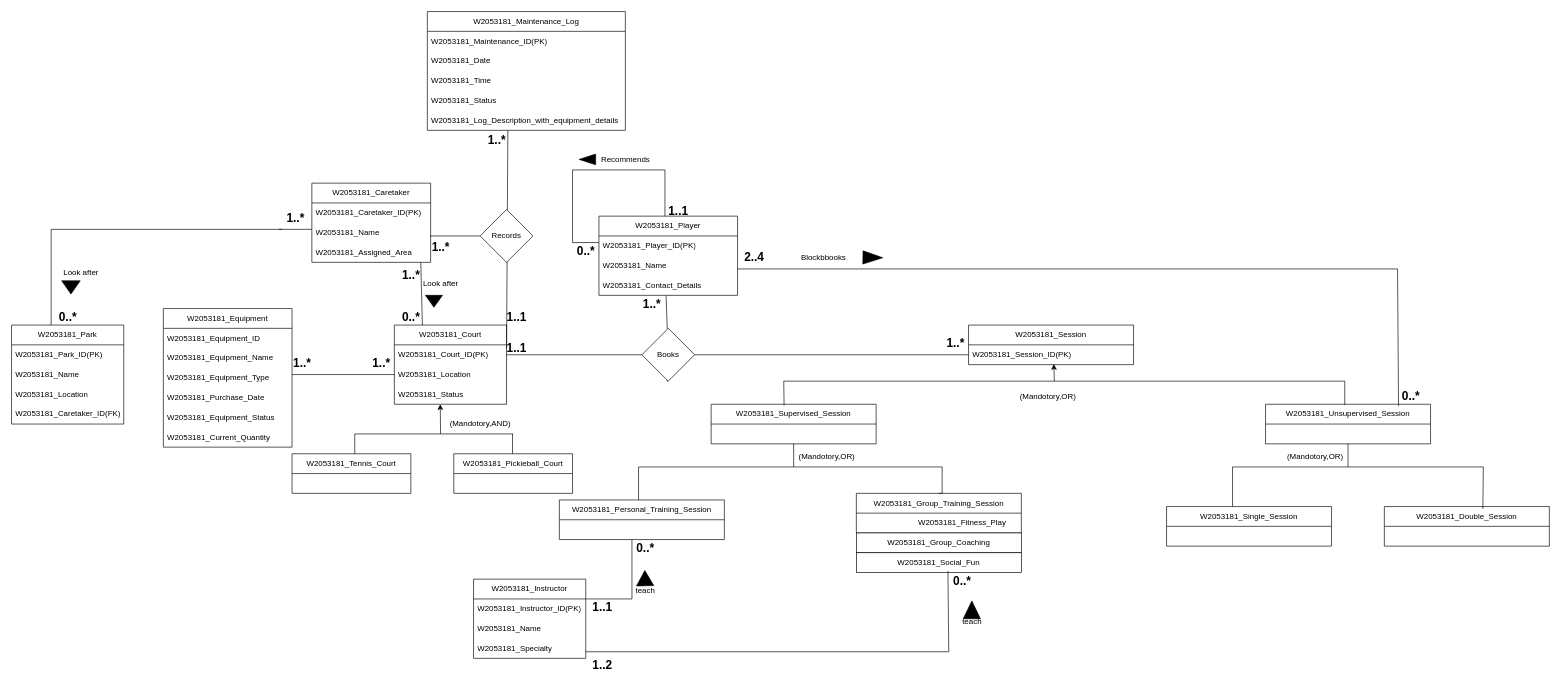
Above: Untitled Diagram.drawio in ShenalSen/24_5COSC020_CWK (draw.io), before the change. Source tidied: cells renumbered, new cells numbered last; positions are measured from the earlier drawing's top-left corner, leaving out a move shared by most shapes. Both pictures are drawn from the tidied source at 66%, with x=0, y=0 at pixel (11, 11).
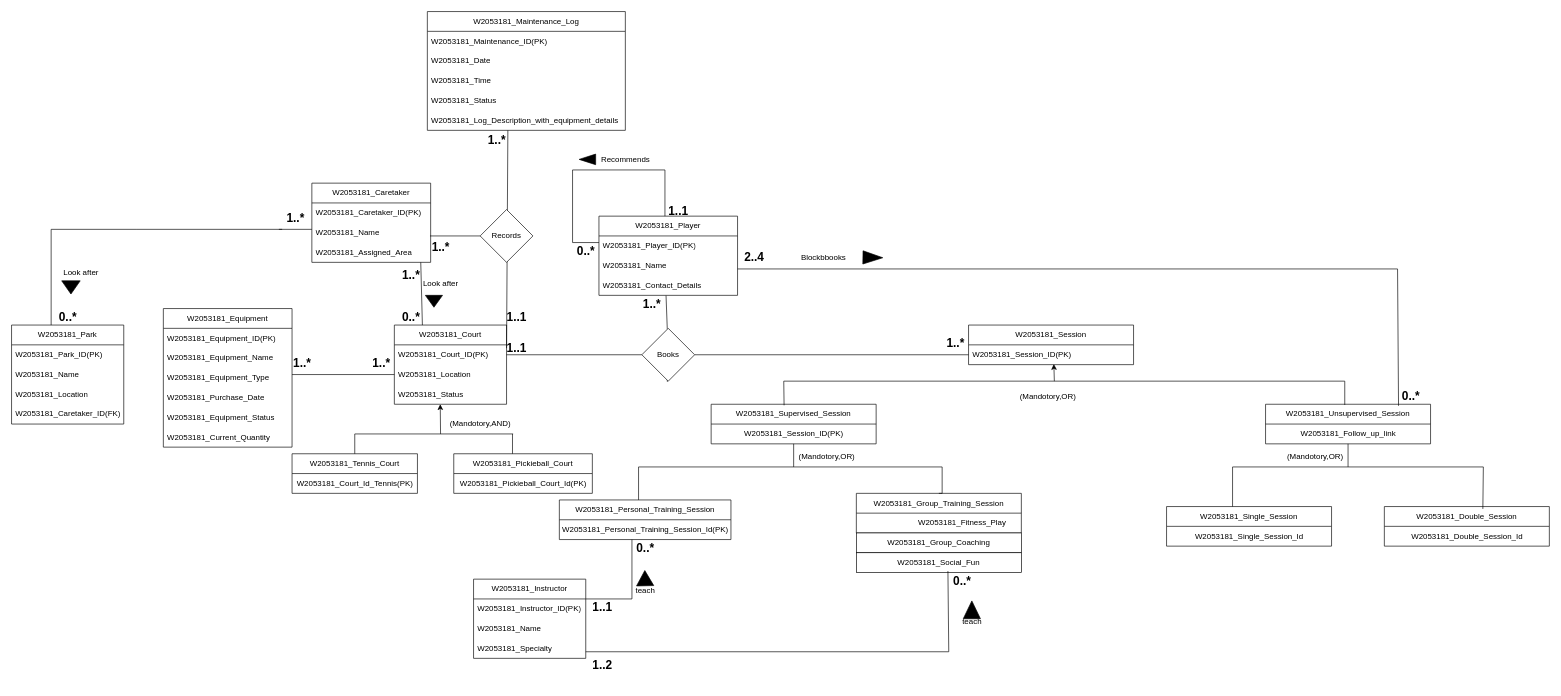
Above is the later version.

Unchanged cells that the change refers to:
```xml
<mxCell id="6" value="W2053181_Unsupervised_Session" style="swimlane;fontStyle=0;horizontal=1;startSize=30;whiteSpace=wrap;html=1;" parent="1" vertex="1">
  <mxGeometry x="1900" y="595" width="250" height="60" as="geometry" />
</mxCell>
<mxCell id="8" value="W2053181_Supervised_Session" style="swimlane;fontStyle=0;horizontal=1;startSize=30;whiteSpace=wrap;html=1;" parent="1" vertex="1">
  <mxGeometry x="1060" y="595" width="250" height="60" as="geometry" />
</mxCell>
<mxCell id="12" value="W2053181_Double_Session" style="swimlane;fontStyle=0;horizontal=1;startSize=30;whiteSpace=wrap;html=1;" parent="1" vertex="1">
  <mxGeometry x="2080" y="750" width="250" height="60" as="geometry" />
</mxCell>
<mxCell id="13" value="W2053181_Single_Session" style="swimlane;fontStyle=0;horizontal=1;startSize=30;whiteSpace=wrap;html=1;" parent="1" vertex="1">
  <mxGeometry x="1750" y="750" width="250" height="60" as="geometry" />
</mxCell>
<mxCell id="115" value="W2053181_Equipment" style="swimlane;fontStyle=0;horizontal=1;startSize=30;whiteSpace=wrap;html=1;" parent="1" vertex="1">
  <mxGeometry x="230" y="450" width="195" height="210" as="geometry" />
</mxCell>
```

Diff of the diagram source:
```diff
@@
     <mxCell id="5" value="W2053181_Personal_Training_Session" style="swimlane;fontStyle=0;horizontal=1;startSize=30;whiteSpace=wrap;html=1;" parent="1" vertex="1">
-      <mxGeometry x="830" y="740" width="250" height="60" as="geometry" />
+      <mxGeometry x="830" y="740" width="260" height="60" as="geometry" />
     </mxCell>
@@
+    <mxCell id="125" value="W2053181_Follow_up_link" style="text;html=1;align=center;verticalAlign=middle;strokeColor=none;fillColor=none;" parent="6" vertex="1">
+      <mxGeometry y="30" width="250" height="30" as="geometry" />
+    </mxCell>
@@
+    <mxCell id="126" value="W2053181_Session_ID(PK)" style="text;html=1;align=center;verticalAlign=middle;strokeColor=none;fillColor=none;" parent="8" vertex="1">
+      <mxGeometry y="30" width="250" height="30" as="geometry" />
+    </mxCell>
@@
+    <mxCell id="127" value="W2053181_Double_Session_Id" style="text;html=1;align=center;verticalAlign=middle;strokeColor=none;fillColor=none;" parent="12" vertex="1">
+      <mxGeometry y="30" width="250" height="30" as="geometry" />
+    </mxCell>
@@
+    <mxCell id="128" value="W2053181_Single_Session_Id" style="text;html=1;align=center;verticalAlign=middle;strokeColor=none;fillColor=none;" parent="13" vertex="1">
+      <mxGeometry y="30" width="250" height="30" as="geometry" />
+    </mxCell>
@@
     <mxCell id="16" value="W2053181_Tennis_Court" style="swimlane;fontStyle=0;horizontal=1;startSize=30;whiteSpace=wrap;html=1;" parent="1" vertex="1">
-      <mxGeometry x="425" y="670" width="180" height="60" as="geometry" />
+      <mxGeometry x="425" y="670" width="190" height="60" as="geometry" />
     </mxCell>
+    <mxCell id="129" value="W2053181_Court_Id_Tennis(PK)" style="text;html=1;align=center;verticalAlign=middle;strokeColor=none;fillColor=none;" parent="16" vertex="1">
+      <mxGeometry y="30" width="190" height="30" as="geometry" />
+    </mxCell>
     <mxCell id="17" value="W2053181_Pickieball_Court" style="swimlane;fontStyle=0;horizontal=1;startSize=30;whiteSpace=wrap;html=1;" parent="1" vertex="1">
-      <mxGeometry x="670" y="670" width="180" height="60" as="geometry" />
+      <mxGeometry x="670" y="670" width="210" height="60" as="geometry" />
     </mxCell>
+    <mxCell id="130" value="W2053181_Pickieball_Court_Id(PK)" style="text;html=1;align=center;verticalAlign=middle;strokeColor=none;fillColor=none;" parent="17" vertex="1">
+      <mxGeometry y="30" width="210" height="30" as="geometry" />
+    </mxCell>
@@
-    <mxCell id="116" value="W2053181_Equipment_ID" style="text;strokeColor=none;fillColor=none;align=left;verticalAlign=middle;spacingLeft=4;spacingRight=4;overflow=hidden;whiteSpace=wrap;html=1;" parent="115" vertex="1">
+    <mxCell id="116" value="W2053181_Equipment_ID(PK)" style="text;strokeColor=none;fillColor=none;align=left;verticalAlign=middle;spacingLeft=4;spacingRight=4;overflow=hidden;whiteSpace=wrap;html=1;" parent="115" vertex="1">
       <mxGeometry y="30" width="195" height="30" as="geometry" />
     </mxCell>
@@
+    <mxCell id="131" value="W2053181_Personal_Training_Session_Id(PK)" style="text;html=1;align=center;verticalAlign=middle;strokeColor=none;fillColor=none;" parent="1" vertex="1">
+      <mxGeometry x="820" y="770" width="280" height="30" as="geometry" />
+    </mxCell>
```
